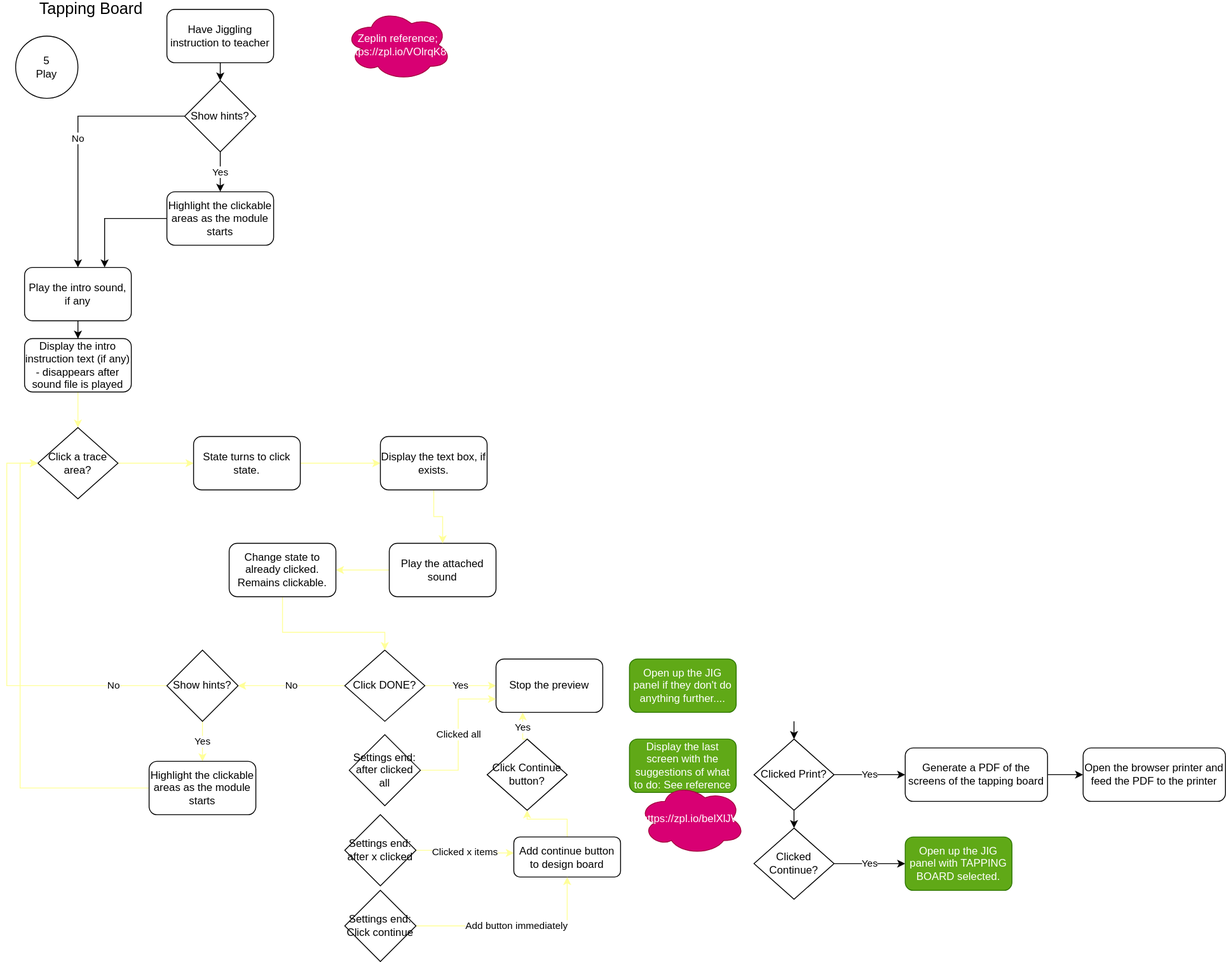
This is modules/tapping board/tapping-board.drawio.svg from ji-devs/ji-cloud-flowcharts, a draw.io export, as it was before one commit. Source tidied: cells renumbered, new cells last; positions are measured from the earlier drawing's top-left corner, leaving out a move shared by most shapes. Its diagram source:
```xml
<mxGraphModel>
  <root>
    <mxCell id="0" />
    <mxCell id="1" parent="0" />
    <mxCell id="2" value="&lt;font style=&quot;font-size: 18px&quot;&gt;Tapping Board&lt;/font&gt;" style="text;html=1;strokeColor=none;fillColor=none;align=center;verticalAlign=middle;whiteSpace=wrap;rounded=0;" parent="1" vertex="1">
      <mxGeometry width="190" height="20" as="geometry" />
    </mxCell>
    <mxCell id="3" value="5&lt;br&gt;Play" style="ellipse;whiteSpace=wrap;html=1;" parent="1" vertex="1">
      <mxGeometry x="10" y="40" width="70" height="70" as="geometry" />
    </mxCell>
    <mxCell id="4" value="Zeplin reference;&lt;br&gt;https://zpl.io/VOlrqK8&lt;span style=&quot;color: rgba(0 , 0 , 0 , 0) ; font-family: monospace ; font-size: 0px&quot;&gt;3CmxGraphModel%3E%3Croot%3E%3CmxCell%20id%3D%220%22%2F%3E%3CmxCell%20id%3D%221%22%20parent%3D%220%22%2F%3E%3CmxCell%20id%3D%222%22%20value%3D%22Choose%20a%20sound%20file%22%20style%3D%22rounded%3D1%3BwhiteSpace%3Dwrap%3Bhtml%3D1%3B%22%20vertex%3D%221%22%20parent%3D%221%22%3E%3CmxGeometry%20x%3D%22220%22%20y%3D%221040%22%20width%3D%22120%22%20height%3D%2260%22%20as%3D%22geometry%22%2F%3E%3C%2FmxCell%3E%3C%2Froot%3E%3C%2FmxGraphModel%3E&lt;/span&gt;" style="ellipse;shape=cloud;whiteSpace=wrap;html=1;fillColor=#d80073;strokeColor=#A50040;fontColor=#ffffff;" parent="1" vertex="1">
      <mxGeometry x="380" y="10" width="120" height="80" as="geometry" />
    </mxCell>
    <mxCell id="5" value="No" style="edgeStyle=orthogonalEdgeStyle;rounded=0;jettySize=auto;html=1;" parent="1" edge="1" source="7" target="11">
      <mxGeometry relative="1" as="geometry" />
    </mxCell>
    <mxCell id="6" value="Yes" style="edgeStyle=orthogonalEdgeStyle;rounded=0;jettySize=auto;html=1;" parent="1" edge="1" source="7" target="9">
      <mxGeometry relative="1" as="geometry" />
    </mxCell>
    <mxCell id="7" value="Show hints?" style="rhombus;whiteSpace=wrap;html=1;" parent="1" vertex="1">
      <mxGeometry x="200" y="90" width="80" height="80" as="geometry" />
    </mxCell>
    <mxCell id="8" style="edgeStyle=orthogonalEdgeStyle;rounded=0;jettySize=auto;html=1;entryX=0.75;entryY=0;entryDx=0;entryDy=0;" parent="1" edge="1" source="9" target="11">
      <mxGeometry relative="1" as="geometry" />
    </mxCell>
    <mxCell id="9" value="Highlight the clickable areas as the module starts" style="rounded=1;whiteSpace=wrap;html=1;" parent="1" vertex="1">
      <mxGeometry x="180" y="215" width="120" height="60" as="geometry" />
    </mxCell>
    <mxCell id="10" style="edgeStyle=orthogonalEdgeStyle;rounded=0;jettySize=auto;html=1;exitX=0.5;exitY=1;exitDx=0;exitDy=0;" parent="1" edge="1" source="11" target="13">
      <mxGeometry relative="1" as="geometry" />
    </mxCell>
    <mxCell id="11" value="Play the intro sound, if any" style="rounded=1;whiteSpace=wrap;html=1;" parent="1" vertex="1">
      <mxGeometry x="20" y="300" width="120" height="60" as="geometry" />
    </mxCell>
    <mxCell id="12" style="edgeStyle=orthogonalEdgeStyle;rounded=0;jettySize=auto;html=1;exitX=0.5;exitY=1;exitDx=0;exitDy=0;entryX=0.5;entryY=0;entryDx=0;entryDy=0;strokeColor=#FFFF99;" parent="1" edge="1" source="13" target="17">
      <mxGeometry relative="1" as="geometry" />
    </mxCell>
    <mxCell id="13" value="Display the intro instruction text (if any) - disappears after sound file is played" style="rounded=1;whiteSpace=wrap;html=1;" parent="1" vertex="1">
      <mxGeometry x="20" y="380" width="120" height="60" as="geometry" />
    </mxCell>
    <mxCell id="14" style="edgeStyle=orthogonalEdgeStyle;rounded=0;jettySize=auto;html=1;exitX=0.5;exitY=1;exitDx=0;exitDy=0;entryX=0.5;entryY=0;entryDx=0;entryDy=0;" parent="1" edge="1" source="15" target="7">
      <mxGeometry relative="1" as="geometry" />
    </mxCell>
    <mxCell id="15" value="Have Jiggling instruction to teacher" style="rounded=1;whiteSpace=wrap;html=1;" parent="1" vertex="1">
      <mxGeometry x="180" y="10" width="120" height="60" as="geometry" />
    </mxCell>
    <mxCell id="16" style="edgeStyle=orthogonalEdgeStyle;rounded=0;jettySize=auto;html=1;strokeColor=#FFFF99;" parent="1" edge="1" source="17" target="24">
      <mxGeometry relative="1" as="geometry" />
    </mxCell>
    <mxCell id="17" value="Click a trace area?" style="rhombus;whiteSpace=wrap;html=1;" parent="1" vertex="1">
      <mxGeometry x="35" y="480" width="90" height="80" as="geometry" />
    </mxCell>
    <mxCell id="18" value="Yes" style="edgeStyle=orthogonalEdgeStyle;rounded=0;jettySize=auto;html=1;exitX=1;exitY=0.5;exitDx=0;exitDy=0;strokeColor=#FFFF99;" parent="1" edge="1" source="20" target="21">
      <mxGeometry relative="1" as="geometry" />
    </mxCell>
    <mxCell id="19" value="No" style="edgeStyle=orthogonalEdgeStyle;rounded=0;jettySize=auto;html=1;entryX=1;entryY=0.5;entryDx=0;entryDy=0;strokeColor=#FFFF99;" parent="1" edge="1" source="20" target="33">
      <mxGeometry relative="1" as="geometry" />
    </mxCell>
    <mxCell id="20" value="Click DONE?" style="rhombus;whiteSpace=wrap;html=1;" parent="1" vertex="1">
      <mxGeometry x="380" y="730" width="90" height="80" as="geometry" />
    </mxCell>
    <mxCell id="21" value="Stop the preview" style="rounded=1;whiteSpace=wrap;html=1;" parent="1" vertex="1">
      <mxGeometry x="550" y="740" width="120" height="60" as="geometry" />
    </mxCell>
    <mxCell id="22" value="Open up the JIG panel if they don't do anything further...." style="rounded=1;whiteSpace=wrap;html=1;fillColor=#60a917;strokeColor=#2D7600;fontColor=#ffffff;" parent="1" vertex="1">
      <mxGeometry x="700" y="740" width="120" height="60" as="geometry" />
    </mxCell>
    <mxCell id="23" style="edgeStyle=orthogonalEdgeStyle;rounded=0;jettySize=auto;html=1;strokeColor=#FFFF99;entryX=0;entryY=0.5;entryDx=0;entryDy=0;" parent="1" edge="1" source="24" target="28">
      <mxGeometry relative="1" as="geometry">
        <Array as="points">
          <mxPoint x="370" y="520" />
          <mxPoint x="370" y="520" />
        </Array>
      </mxGeometry>
    </mxCell>
    <mxCell id="24" value="State turns to click state.&amp;nbsp;" style="rounded=1;whiteSpace=wrap;html=1;" parent="1" vertex="1">
      <mxGeometry x="210" y="490" width="120" height="60" as="geometry" />
    </mxCell>
    <mxCell id="25" style="edgeStyle=orthogonalEdgeStyle;rounded=0;jettySize=auto;html=1;entryX=1;entryY=0.5;entryDx=0;entryDy=0;strokeColor=#FFFF99;" parent="1" edge="1" source="26" target="30">
      <mxGeometry relative="1" as="geometry" />
    </mxCell>
    <mxCell id="26" value="Play the attached sound" style="whiteSpace=wrap;html=1;rounded=1;" parent="1" vertex="1">
      <mxGeometry x="430" y="610" width="120" height="60" as="geometry" />
    </mxCell>
    <mxCell id="27" style="edgeStyle=orthogonalEdgeStyle;rounded=0;jettySize=auto;html=1;entryX=0.5;entryY=0;entryDx=0;entryDy=0;strokeColor=#FFFF99;" parent="1" edge="1" source="28" target="26">
      <mxGeometry relative="1" as="geometry" />
    </mxCell>
    <mxCell id="28" value="Display the text box, if exists." style="rounded=1;whiteSpace=wrap;html=1;" parent="1" vertex="1">
      <mxGeometry x="420" y="490" width="120" height="60" as="geometry" />
    </mxCell>
    <mxCell id="29" style="edgeStyle=orthogonalEdgeStyle;rounded=0;jettySize=auto;html=1;entryX=0.5;entryY=0;entryDx=0;entryDy=0;strokeColor=#FFFF99;" parent="1" edge="1" source="30" target="20">
      <mxGeometry relative="1" as="geometry">
        <Array as="points">
          <mxPoint x="310" y="710" />
          <mxPoint x="425" y="710" />
        </Array>
      </mxGeometry>
    </mxCell>
    <mxCell id="30" value="Change state to already clicked. Remains clickable." style="whiteSpace=wrap;html=1;rounded=1;" parent="1" vertex="1">
      <mxGeometry x="250" y="610" width="120" height="60" as="geometry" />
    </mxCell>
    <mxCell id="31" value="Yes" style="edgeStyle=orthogonalEdgeStyle;rounded=0;jettySize=auto;html=1;entryX=0.5;entryY=0;entryDx=0;entryDy=0;strokeColor=#FFFF99;" parent="1" edge="1" source="33" target="35">
      <mxGeometry relative="1" as="geometry" />
    </mxCell>
    <mxCell id="32" value="No" style="edgeStyle=orthogonalEdgeStyle;rounded=0;jettySize=auto;html=1;entryX=0;entryY=0.5;entryDx=0;entryDy=0;strokeColor=#FFFF99;" parent="1" edge="1" source="33" target="17">
      <mxGeometry x="-0.74" relative="1" as="geometry">
        <Array as="points">
          <mxPoint y="770" />
          <mxPoint y="520" />
        </Array>
      </mxGeometry>
    </mxCell>
    <mxCell id="33" value="Show hints?" style="rhombus;whiteSpace=wrap;html=1;" parent="1" vertex="1">
      <mxGeometry x="180" y="730" width="80" height="80" as="geometry" />
    </mxCell>
    <mxCell id="34" style="edgeStyle=orthogonalEdgeStyle;rounded=0;jettySize=auto;html=1;entryX=0;entryY=0.5;entryDx=0;entryDy=0;strokeColor=#FFFF99;" parent="1" edge="1" source="35" target="17">
      <mxGeometry relative="1" as="geometry" />
    </mxCell>
    <mxCell id="35" value="Highlight the clickable areas as the module starts" style="rounded=1;whiteSpace=wrap;html=1;" parent="1" vertex="1">
      <mxGeometry x="160" y="855" width="120" height="60" as="geometry" />
    </mxCell>
    <mxCell id="36" value="Clicked all" style="edgeStyle=orthogonalEdgeStyle;rounded=0;jettySize=auto;html=1;entryX=0;entryY=0.75;entryDx=0;entryDy=0;strokeColor=#FFFF99;" parent="1" edge="1" source="37" target="21">
      <mxGeometry relative="1" as="geometry" />
    </mxCell>
    <mxCell id="37" value="Settings end: after clicked all" style="rhombus;whiteSpace=wrap;html=1;" parent="1" vertex="1">
      <mxGeometry x="385" y="825" width="80" height="80" as="geometry" />
    </mxCell>
    <mxCell id="38" value="Clicked x items" style="edgeStyle=orthogonalEdgeStyle;rounded=0;jettySize=auto;html=1;entryX=0;entryY=0.4;entryDx=0;entryDy=0;strokeColor=#FFFF99;entryPerimeter=0;" parent="1" edge="1" source="39" target="41">
      <mxGeometry relative="1" as="geometry" />
    </mxCell>
    <mxCell id="39" value="Settings end: after x clicked&amp;nbsp;" style="rhombus;whiteSpace=wrap;html=1;" parent="1" vertex="1">
      <mxGeometry x="380" y="915" width="80" height="80" as="geometry" />
    </mxCell>
    <mxCell id="40" style="edgeStyle=orthogonalEdgeStyle;rounded=0;jettySize=auto;html=1;entryX=0.5;entryY=1;entryDx=0;entryDy=0;strokeColor=#FFFF99;" parent="1" edge="1" source="41" target="45">
      <mxGeometry relative="1" as="geometry" />
    </mxCell>
    <mxCell id="41" value="Add continue button to design board" style="rounded=1;whiteSpace=wrap;html=1;" parent="1" vertex="1">
      <mxGeometry x="570" y="940" width="120" height="45" as="geometry" />
    </mxCell>
    <mxCell id="42" value="Add button immediately" style="edgeStyle=orthogonalEdgeStyle;rounded=0;jettySize=auto;html=1;entryX=0.5;entryY=1;entryDx=0;entryDy=0;strokeColor=#FFFF99;" parent="1" edge="1" source="43" target="41">
      <mxGeometry relative="1" as="geometry" />
    </mxCell>
    <mxCell id="43" value="Settings end: Click continue&amp;nbsp;" style="rhombus;whiteSpace=wrap;html=1;" parent="1" vertex="1">
      <mxGeometry x="380" y="1000" width="80" height="80" as="geometry" />
    </mxCell>
    <mxCell id="44" value="Yes" style="edgeStyle=orthogonalEdgeStyle;rounded=0;jettySize=auto;html=1;exitX=0.5;exitY=0;exitDx=0;exitDy=0;entryX=0.25;entryY=1;entryDx=0;entryDy=0;strokeColor=#FFFF99;" parent="1" edge="1" source="45" target="21">
      <mxGeometry relative="1" as="geometry" />
    </mxCell>
    <mxCell id="45" value="Click Continue button?" style="rhombus;whiteSpace=wrap;html=1;" parent="1" vertex="1">
      <mxGeometry x="540" y="830" width="90" height="80" as="geometry" />
    </mxCell>
    <mxCell id="46" value="Display the last screen with the suggestions of what to do: See reference" style="rounded=1;whiteSpace=wrap;html=1;fillColor=#60a917;strokeColor=#2D7600;fontColor=#ffffff;" parent="1" vertex="1">
      <mxGeometry x="700" y="830" width="120" height="60" as="geometry" />
    </mxCell>
    <mxCell id="47" value="https://zpl.io/belXlJW" style="ellipse;shape=cloud;whiteSpace=wrap;html=1;fillColor=#d80073;strokeColor=#A50040;fontColor=#ffffff;" parent="1" vertex="1">
      <mxGeometry x="710" y="880" width="120" height="80" as="geometry" />
    </mxCell>
    <mxCell id="48" style="edgeStyle=orthogonalEdgeStyle;rounded=0;jettySize=auto;html=1;exitX=0.5;exitY=1;exitDx=0;exitDy=0;entryX=0.5;entryY=0;entryDx=0;entryDy=0;" parent="1" edge="1" target="51">
      <mxGeometry relative="1" as="geometry">
        <mxPoint x="885" y="810" as="sourcePoint" />
      </mxGeometry>
    </mxCell>
    <mxCell id="49" value="Yes" style="edgeStyle=orthogonalEdgeStyle;rounded=0;jettySize=auto;html=1;entryX=0;entryY=0.5;entryDx=0;entryDy=0;" parent="1" edge="1" source="51" target="53">
      <mxGeometry relative="1" as="geometry" />
    </mxCell>
    <mxCell id="50" style="edgeStyle=orthogonalEdgeStyle;rounded=0;jettySize=auto;html=1;exitX=0.5;exitY=1;exitDx=0;exitDy=0;entryX=0.5;entryY=0;entryDx=0;entryDy=0;" parent="1" edge="1" source="51" target="56">
      <mxGeometry relative="1" as="geometry" />
    </mxCell>
    <mxCell id="51" value="Clicked Print?" style="rhombus;whiteSpace=wrap;html=1;" parent="1" vertex="1">
      <mxGeometry x="840" y="830" width="90" height="80" as="geometry" />
    </mxCell>
    <mxCell id="52" style="edgeStyle=orthogonalEdgeStyle;rounded=0;jettySize=auto;html=1;" parent="1" edge="1" source="53" target="54">
      <mxGeometry relative="1" as="geometry" />
    </mxCell>
    <mxCell id="53" value="Generate a PDF of the screens of the tapping board" style="rounded=1;whiteSpace=wrap;html=1;" parent="1" vertex="1">
      <mxGeometry x="1010" y="840" width="160" height="60" as="geometry" />
    </mxCell>
    <mxCell id="54" value="Open the browser printer and feed the PDF to the printer" style="rounded=1;whiteSpace=wrap;html=1;" parent="1" vertex="1">
      <mxGeometry x="1210" y="840" width="160" height="60" as="geometry" />
    </mxCell>
    <mxCell id="55" value="Yes" style="edgeStyle=orthogonalEdgeStyle;rounded=0;jettySize=auto;html=1;entryX=0;entryY=0.5;entryDx=0;entryDy=0;" parent="1" edge="1" source="56" target="57">
      <mxGeometry relative="1" as="geometry" />
    </mxCell>
    <mxCell id="56" value="Clicked Continue?" style="rhombus;whiteSpace=wrap;html=1;" parent="1" vertex="1">
      <mxGeometry x="840" y="930" width="90" height="80" as="geometry" />
    </mxCell>
    <mxCell id="57" value="Open up the JIG panel with TAPPING BOARD selected." style="rounded=1;whiteSpace=wrap;html=1;fillColor=#60a917;strokeColor=#2D7600;fontColor=#ffffff;" parent="1" vertex="1">
      <mxGeometry x="1010" y="940" width="120" height="60" as="geometry" />
    </mxCell>
  </root>
</mxGraphModel>
```
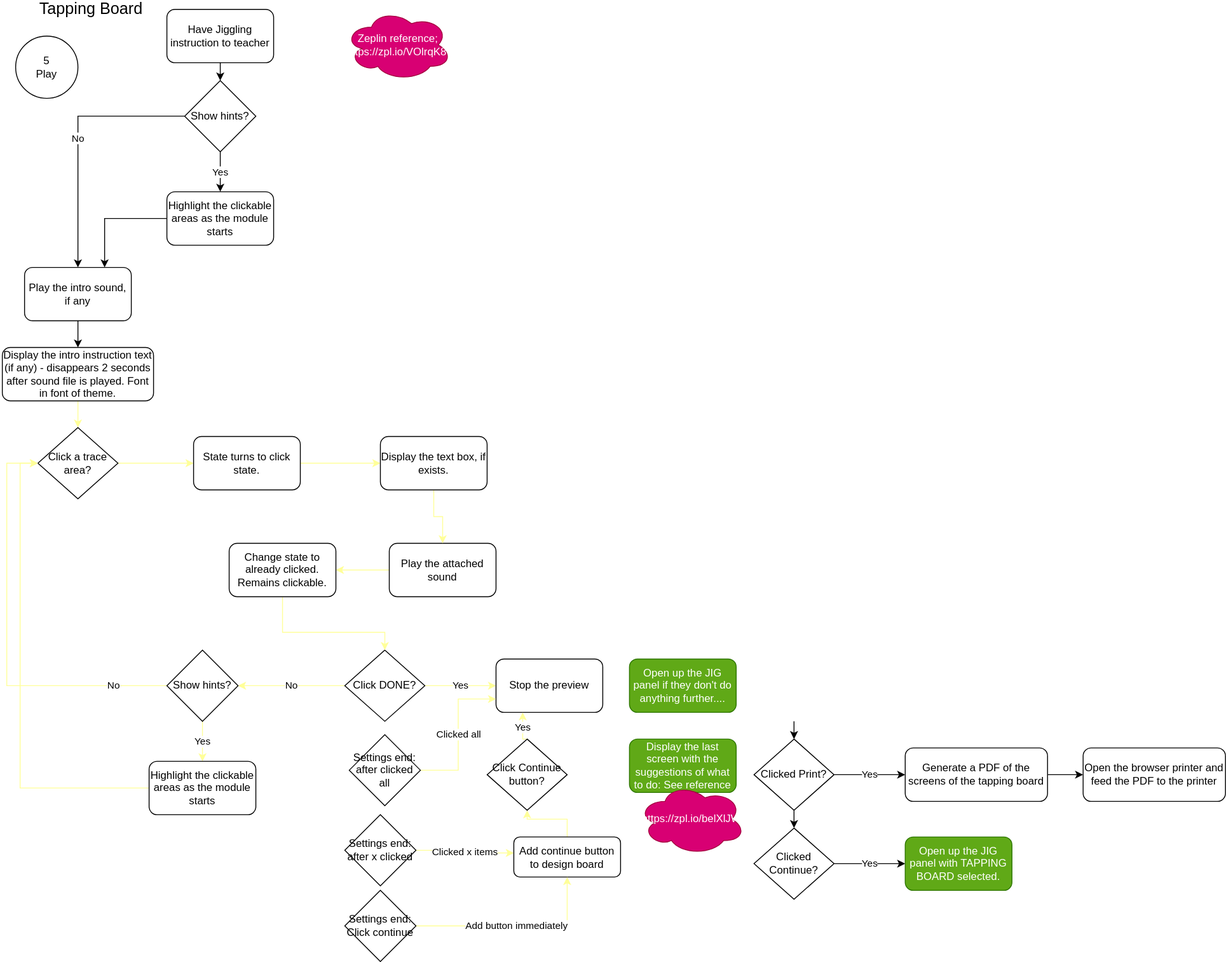
The same diagram one commit later.

Commit message:
added extra instruction flow details

The edit, as a diff of the source:
```diff
@@ -35,8 +35,8 @@
     <mxCell id="12" style="edgeStyle=orthogonalEdgeStyle;rounded=0;jettySize=auto;html=1;exitX=0.5;exitY=1;exitDx=0;exitDy=0;entryX=0.5;entryY=0;entryDx=0;entryDy=0;strokeColor=#FFFF99;" parent="1" edge="1" source="13" target="17">
       <mxGeometry relative="1" as="geometry" />
     </mxCell>
-    <mxCell id="13" value="Display the intro instruction text (if any) - disappears after sound file is played" style="rounded=1;whiteSpace=wrap;html=1;" parent="1" vertex="1">
-      <mxGeometry x="20" y="380" width="120" height="60" as="geometry" />
+    <mxCell id="13" value="Display the intro instruction text (if any) - disappears 2 seconds after sound file is played. Font in font of theme." style="rounded=1;whiteSpace=wrap;html=1;" parent="1" vertex="1">
+      <mxGeometry x="-5" y="390" width="170" height="60" as="geometry" />
     </mxCell>
     <mxCell id="14" style="edgeStyle=orthogonalEdgeStyle;rounded=0;jettySize=auto;html=1;exitX=0.5;exitY=1;exitDx=0;exitDy=0;entryX=0.5;entryY=0;entryDx=0;entryDy=0;" parent="1" edge="1" source="15" target="7">
       <mxGeometry relative="1" as="geometry" />
```
